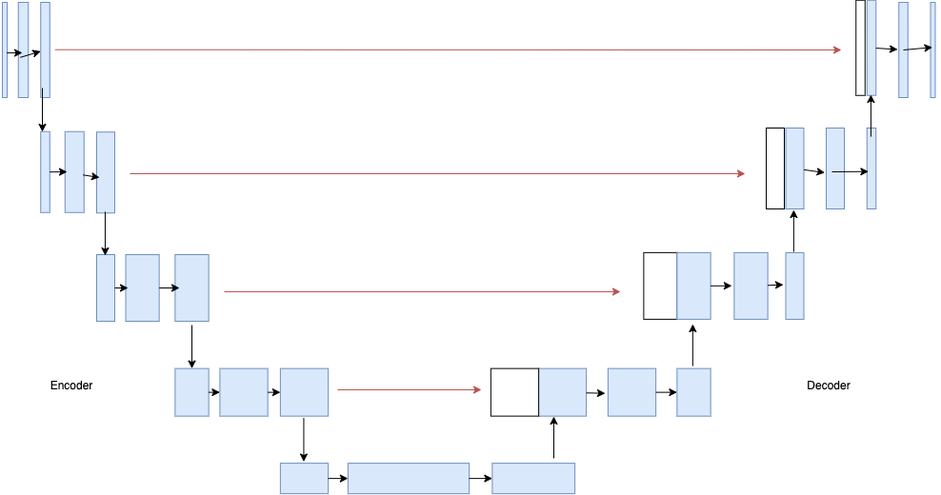
Before: UNet+resnet图.drawio.png, a diagram exported from draw.io (jtwty/Face_Rec). Source tidied: cells renumbered, new cells last; positions are measured from the earlier drawing's top-left corner, leaving out a move shared by most shapes.
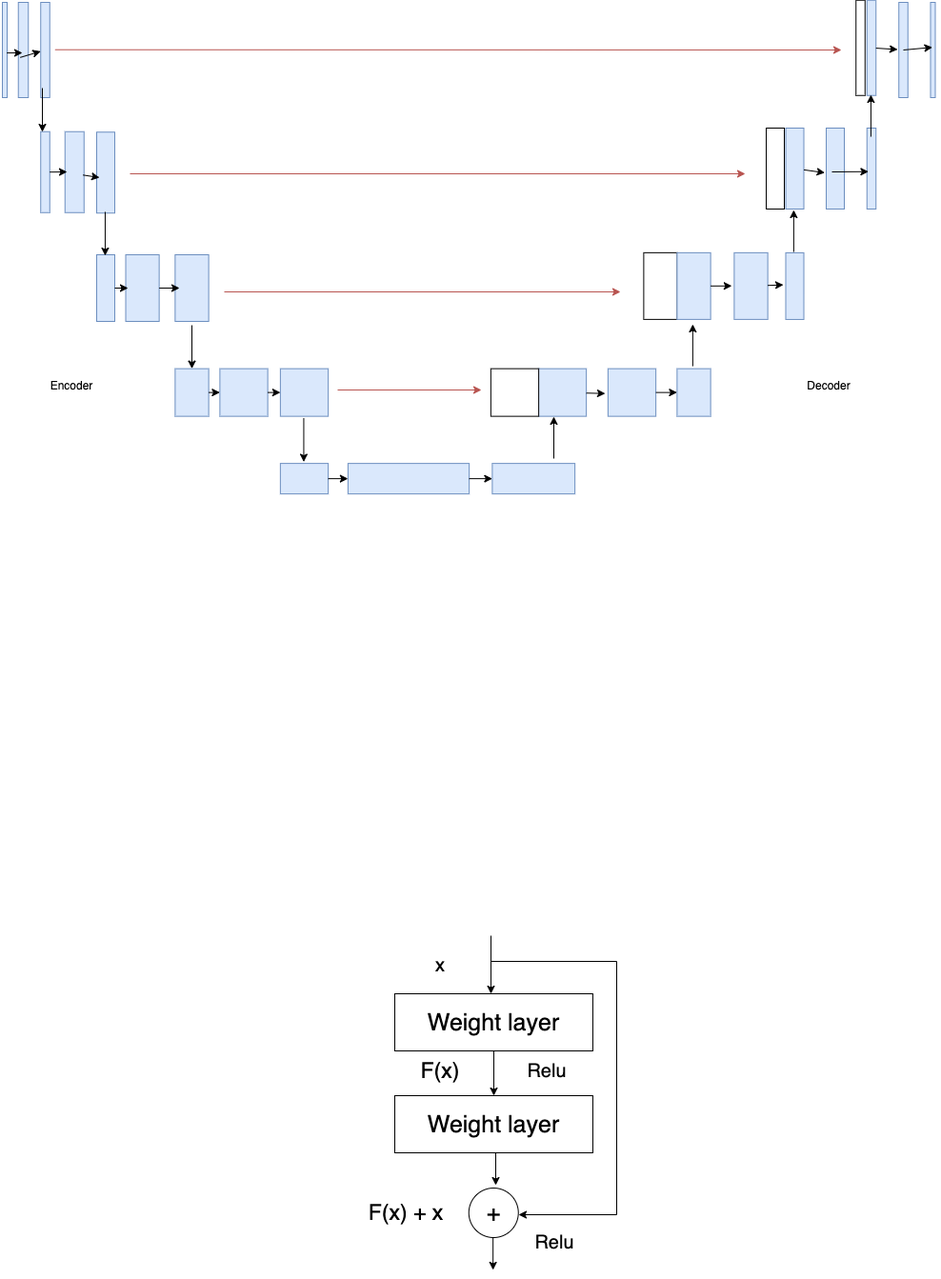
The same file after the commit.

What changed in the source:
```diff
@@ -237,5 +237,60 @@
     <mxCell id="64" value="Decoder" style="text;html=1;strokeColor=none;fillColor=none;align=center;verticalAlign=middle;whiteSpace=wrap;rounded=0;" parent="1" vertex="1">
       <mxGeometry x="886" y="345" width="60" height="30" as="geometry" />
     </mxCell>
+    <mxCell id="65" style="edgeStyle=orthogonalEdgeStyle;rounded=0;jettySize=auto;html=1;" parent="1" edge="1" source="66" target="67">
+      <mxGeometry relative="1" as="geometry" />
+    </mxCell>
+    <mxCell id="66" value="&lt;font style=&quot;font-size: 25px;&quot;&gt;Weight layer&lt;/font&gt;" style="rounded=0;whiteSpace=wrap;html=1;" parent="1" vertex="1">
+      <mxGeometry x="460" y="998" width="208" height="60" as="geometry" />
+    </mxCell>
+    <mxCell id="67" value="&lt;font style=&quot;font-size: 25px;&quot;&gt;Weight layer&lt;/font&gt;" style="rounded=0;whiteSpace=wrap;html=1;" parent="1" vertex="1">
+      <mxGeometry x="460" y="1105" width="208" height="60" as="geometry" />
+    </mxCell>
+    <mxCell id="68" style="edgeStyle=orthogonalEdgeStyle;rounded=0;orthogonalLoop=1;jettySize=auto;html=1;" parent="1" edge="1">
+      <mxGeometry relative="1" as="geometry">
+        <mxPoint x="561" y="937" as="sourcePoint" />
+        <mxPoint x="561" y="998" as="targetPoint" />
+      </mxGeometry>
+    </mxCell>
+    <mxCell id="69" style="edgeStyle=orthogonalEdgeStyle;rounded=0;orthogonalLoop=1;jettySize=auto;html=1;" parent="1" edge="1">
+      <mxGeometry relative="1" as="geometry">
+        <mxPoint x="566" y="1165" as="sourcePoint" />
+        <mxPoint x="566" y="1199" as="targetPoint" />
+      </mxGeometry>
+    </mxCell>
+    <mxCell id="70" value="&lt;font style=&quot;font-size: 25px;&quot;&gt;+&lt;/font&gt;" style="ellipse;whiteSpace=wrap;html=1;" parent="1" vertex="1">
+      <mxGeometry x="537.8" y="1202" width="52" height="52" as="geometry" />
+    </mxCell>
+    <mxCell id="71" style="edgeStyle=orthogonalEdgeStyle;rounded=0;orthogonalLoop=1;jettySize=auto;html=1;" parent="1" edge="1">
+      <mxGeometry relative="1" as="geometry">
+        <mxPoint x="563.2" y="1254" as="sourcePoint" />
+        <mxPoint x="563.2" y="1288" as="targetPoint" />
+      </mxGeometry>
+    </mxCell>
+    <mxCell id="72" value="Relu" style="text;html=1;strokeColor=none;fillColor=none;align=center;verticalAlign=middle;whiteSpace=wrap;rounded=0;fontSize=20;" parent="1" vertex="1">
+      <mxGeometry x="598" y="1244" width="60" height="30" as="geometry" />
+    </mxCell>
+    <mxCell id="73" value="Relu" style="text;html=1;strokeColor=none;fillColor=none;align=center;verticalAlign=middle;whiteSpace=wrap;rounded=0;fontSize=20;" parent="1" vertex="1">
+      <mxGeometry x="589.8" y="1064" width="60" height="30" as="geometry" />
+    </mxCell>
+    <mxCell id="74" value="&lt;font style=&quot;font-size: 20px;&quot;&gt;x&lt;/font&gt;" style="text;html=1;strokeColor=none;fillColor=none;align=center;verticalAlign=middle;whiteSpace=wrap;rounded=0;" parent="1" vertex="1">
+      <mxGeometry x="477.8" y="953" width="60" height="30" as="geometry" />
+    </mxCell>
+    <mxCell id="75" value="&lt;font style=&quot;font-size: 23px;&quot;&gt;F(x)&lt;/font&gt;" style="text;html=1;strokeColor=none;fillColor=none;align=center;verticalAlign=middle;whiteSpace=wrap;rounded=0;" parent="1" vertex="1">
+      <mxGeometry x="477.8" y="1064" width="60" height="30" as="geometry" />
+    </mxCell>
+    <mxCell id="76" value="&lt;font style=&quot;font-size: 23px;&quot;&gt;F(x) + x&lt;/font&gt;" style="text;html=1;strokeColor=none;fillColor=none;align=center;verticalAlign=middle;whiteSpace=wrap;rounded=0;" parent="1" vertex="1">
+      <mxGeometry x="429" y="1213" width="86" height="30" as="geometry" />
+    </mxCell>
+    <mxCell id="77" style="endArrow=classic;html=1;rounded=0;" parent="1" edge="1">
+      <mxGeometry relative="1" as="geometry">
+        <mxPoint x="561" y="964" as="sourcePoint" />
+        <mxPoint x="590" y="1230" as="targetPoint" />
+        <Array as="points">
+          <mxPoint x="693" y="964" />
+          <mxPoint x="693" y="1230" />
+        </Array>
+      </mxGeometry>
+    </mxCell>
   </root>
 </mxGraphModel>
```
